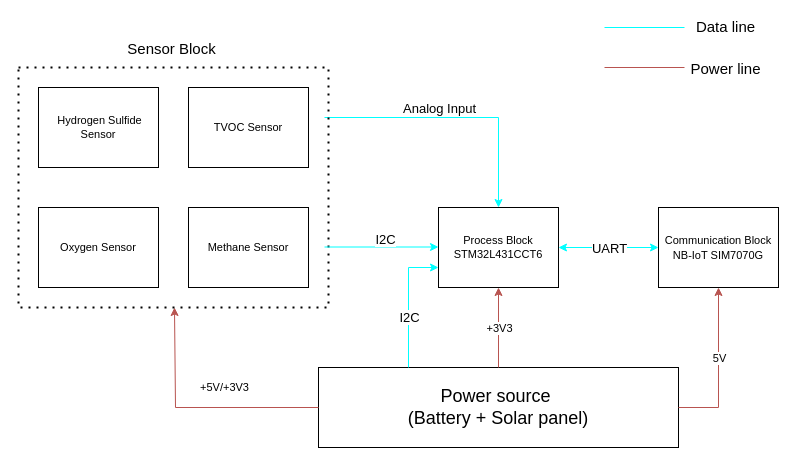
Earlier version of the draw.io diagram Project_overall.drawio (K2ayzz/ForDrawIO). Source tidied: cells renumbered, new cells numbered last; positions are measured from the earlier drawing's top-left corner, leaving out a move shared by most shapes. Both pictures are drawn from the tidied source at 100%, with x=0, y=0 at pixel (18, 27).
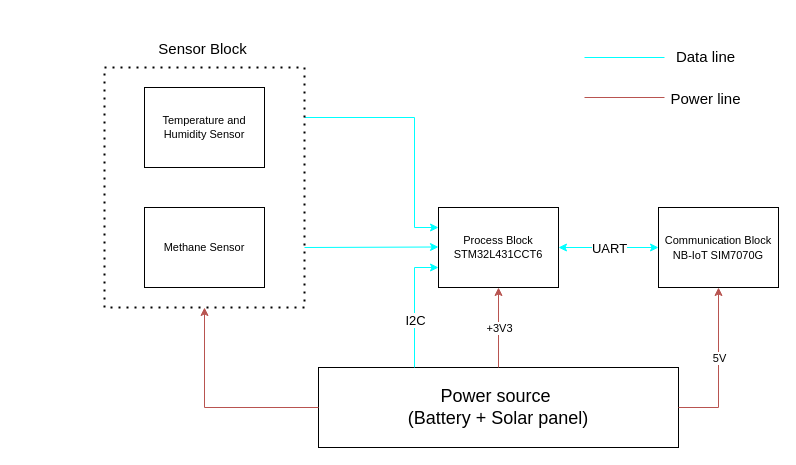
Above is the later version.

Commit message:
Cập nhật Project_overall.drawio

The change refers to these unchanged cells:
```xml
<mxCell id="2" value="&lt;font style=&quot;font-size: 18px;&quot;&gt;Power source&amp;nbsp;&lt;/font&gt;&lt;div&gt;&lt;font style=&quot;font-size: 18px;&quot;&gt;(Battery + Solar panel)&lt;/font&gt;&lt;/div&gt;" style="rounded=0;whiteSpace=wrap;html=1;" parent="1" vertex="1">
  <mxGeometry x="300" y="340" width="360" height="80" as="geometry" />
</mxCell>
<mxCell id="6" value="Process Block&lt;br style=&quot;font-size: 11px;&quot;&gt;STM32L431CCT6" style="whiteSpace=wrap;html=1;rounded=0;fontSize=11;" parent="1" vertex="1">
  <mxGeometry x="420" y="180" width="120" height="80" as="geometry" />
</mxCell>
```

What changed in the source:
```diff
@@
     <mxCell id="3" style="edgeStyle=orthogonalEdgeStyle;rounded=0;jettySize=auto;html=1;exitX=0;exitY=0.5;exitDx=0;exitDy=0;fillColor=#f8cecc;gradientColor=#ea6b66;strokeColor=#b85450;" parent="1" edge="1" source="2">
       <mxGeometry relative="1" as="geometry">
-        <mxPoint x="156" y="280" as="targetPoint" />
+        <mxPoint x="186" y="280" as="targetPoint" />
         <Array as="points">
-          <mxPoint x="157" y="380" />
+          <mxPoint x="186" y="380" />
         </Array>
       </mxGeometry>
     </mxCell>
-    <mxCell id="4" value="+5V/+3V3" style="edgeLabel;html=1;align=center;verticalAlign=middle;" parent="3" vertex="1">
-      <mxGeometry x="0.38" y="-2" relative="1" as="geometry">
-        <mxPoint x="47" y="5" as="offset" />
-      </mxGeometry>
-    </mxCell>
     <mxCell id="5" value="&lt;font style=&quot;font-size: 11px;&quot;&gt;Methane Sensor&lt;/font&gt;" style="whiteSpace=wrap;html=1;rounded=0;fontSize=11;" parent="1" vertex="1">
-      <mxGeometry x="170" y="180" width="120" height="80" as="geometry" />
+      <mxGeometry x="126" y="180" width="120" height="80" as="geometry" />
     </mxCell>
@@
-    <mxCell id="12" style="endArrow=classic;html=1;rounded=0;entryX=0.5;entryY=0;entryDx=0;entryDy=0;fillColor=#dae8fc;gradientColor=#7ea6e0;strokeColor=#00FFFF;" parent="1" edge="1" target="6">
+    <mxCell id="12" style="endArrow=classic;html=1;rounded=0;entryX=0;entryY=0.25;entryDx=0;entryDy=0;fillColor=#dae8fc;gradientColor=#7ea6e0;strokeColor=#00FFFF;" parent="1" edge="1" target="6">
       <mxGeometry relative="1" as="geometry">
-        <mxPoint x="306" y="90" as="sourcePoint" />
+        <mxPoint x="286" y="90" as="sourcePoint" />
         <Array as="points">
-          <mxPoint x="480" y="90" />
+          <mxPoint x="396" y="90" />
+          <mxPoint x="396" y="200" />
         </Array>
       </mxGeometry>
     </mxCell>
-    <mxCell id="13" value="&lt;font style=&quot;font-size: 13px;&quot;&gt;Analog Input&lt;/font&gt;" style="edgeLabel;html=1;align=center;verticalAlign=middle;fontColor=#000000;fontSize=9;" parent="12" vertex="1">
-      <mxGeometry x="-0.3" y="3" relative="1" as="geometry">
-        <mxPoint x="22" y="-7" as="offset" />
-      </mxGeometry>
-    </mxCell>
@@
     <mxCell id="16" style="endArrow=none;html=1;rounded=0;strokeColor=#00FFFF;" parent="1" edge="1">
       <mxGeometry relative="1" as="geometry">
-        <mxPoint x="586" as="sourcePoint" />
-        <mxPoint x="666" as="targetPoint" />
+        <mxPoint x="566" y="30" as="sourcePoint" />
+        <mxPoint x="646" y="30" as="targetPoint" />
       </mxGeometry>
     </mxCell>
@@
     <mxCell id="18" style="endArrow=none;html=1;rounded=0;fillColor=#f8cecc;gradientColor=#ea6b66;strokeColor=#b85450;" parent="1" edge="1">
       <mxGeometry relative="1" as="geometry">
-        <mxPoint x="586" y="40" as="sourcePoint" />
-        <mxPoint x="666" y="40" as="targetPoint" />
+        <mxPoint x="566" y="70" as="sourcePoint" />
+        <mxPoint x="646" y="70" as="targetPoint" />
       </mxGeometry>
     </mxCell>
@@
-    <mxCell id="20" value="&lt;font style=&quot;font-size: 11px;&quot;&gt;TVOC Sensor&lt;/font&gt;" style="whiteSpace=wrap;html=1;rounded=0;fontSize=11;" parent="1" vertex="1">
-      <mxGeometry x="170" y="60" width="120" height="80" as="geometry" />
+    <mxCell id="20" value="&lt;font style=&quot;font-size: 11px;&quot;&gt;Temperature and Humidity Sensor&lt;/font&gt;" style="whiteSpace=wrap;html=1;rounded=0;fontSize=11;" parent="1" vertex="1">
+      <mxGeometry x="126" y="60" width="120" height="80" as="geometry" />
     </mxCell>
     <mxCell id="21" style="endArrow=none;dashed=1;html=1;dashPattern=1 3;strokeWidth=2;rounded=0;" parent="1" edge="1">
       <mxGeometry relative="1" as="geometry">
-        <mxPoint y="40" as="sourcePoint" />
-        <mxPoint y="40" as="targetPoint" />
+        <mxPoint x="86" y="40" as="sourcePoint" />
+        <mxPoint x="86" y="40" as="targetPoint" />
         <Array as="points">
-          <mxPoint x="310" y="40" />
-          <mxPoint x="310" y="280" />
-          <mxPoint y="280" />
+          <mxPoint x="286" y="40" />
+          <mxPoint x="286" y="280" />
+          <mxPoint x="86" y="280" />
         </Array>
       </mxGeometry>
     </mxCell>
     <mxCell id="22" value="&lt;font style=&quot;font-size: 15px;&quot;&gt;Sensor Block&lt;/font&gt;" style="edgeLabel;html=1;align=center;verticalAlign=middle;" parent="21" vertex="1">
       <mxGeometry x="-0.84" y="-1" relative="1" as="geometry">
-        <mxPoint x="64" y="-21" as="offset" />
+        <mxPoint x="27" y="-21" as="offset" />
       </mxGeometry>
     </mxCell>
-    <mxCell id="23" style="endArrow=classic;html=1;rounded=0;exitX=0.25;exitY=0;exitDx=0;exitDy=0;entryX=0;entryY=0.75;entryDx=0;entryDy=0;fillColor=#dae8fc;gradientColor=#7ea6e0;strokeColor=#00FFFF;" parent="1" edge="1" source="2" target="6">
+    <mxCell id="23" style="endArrow=classic;html=1;rounded=0;entryX=0;entryY=0.75;entryDx=0;entryDy=0;fillColor=#dae8fc;gradientColor=#7ea6e0;strokeColor=#00FFFF;" parent="1" edge="1" target="6">
       <mxGeometry relative="1" as="geometry">
+        <mxPoint x="396" y="340" as="sourcePoint" />
         <Array as="points">
-          <mxPoint x="390" y="240" />
+          <mxPoint x="396" y="240" />
         </Array>
       </mxGeometry>
     </mxCell>
@@
-    <mxCell id="25" value="&lt;font style=&quot;font-size: 11px;&quot;&gt;Oxygen Sensor&lt;/font&gt;" style="whiteSpace=wrap;html=1;rounded=0;fontSize=11;" parent="1" vertex="1">
-      <mxGeometry x="20" y="180" width="120" height="80" as="geometry" />
-    </mxCell>
-    <mxCell id="26" value="&lt;font style=&quot;font-size: 11px;&quot;&gt;&amp;nbsp;Hydrogen Sulfide Sensor&lt;/font&gt;" style="whiteSpace=wrap;html=1;rounded=0;fontSize=11;" parent="1" vertex="1">
-      <mxGeometry x="20" y="60" width="120" height="80" as="geometry" />
-    </mxCell>
     <mxCell id="27" style="endArrow=classic;html=1;rounded=0;entryX=0;entryY=0.5;entryDx=0;entryDy=0;fillColor=#dae8fc;gradientColor=#7ea6e0;strokeColor=#00FFFF;" parent="1" edge="1">
       <mxGeometry relative="1" as="geometry">
-        <mxPoint x="306" y="219.5" as="sourcePoint" />
+        <mxPoint x="286" y="220" as="sourcePoint" />
         <mxPoint x="420" y="219.5" as="targetPoint" />
       </mxGeometry>
     </mxCell>
-    <mxCell id="28" value="&lt;font style=&quot;font-size: 13px;&quot;&gt;I2C&lt;/font&gt;" style="edgeLabel;html=1;align=center;verticalAlign=middle;fontColor=#000000;fontSize=9;" parent="27" vertex="1">
-      <mxGeometry x="-0.3" y="3" relative="1" as="geometry">
-        <mxPoint x="20" y="-5" as="offset" />
-      </mxGeometry>
-    </mxCell>
```
